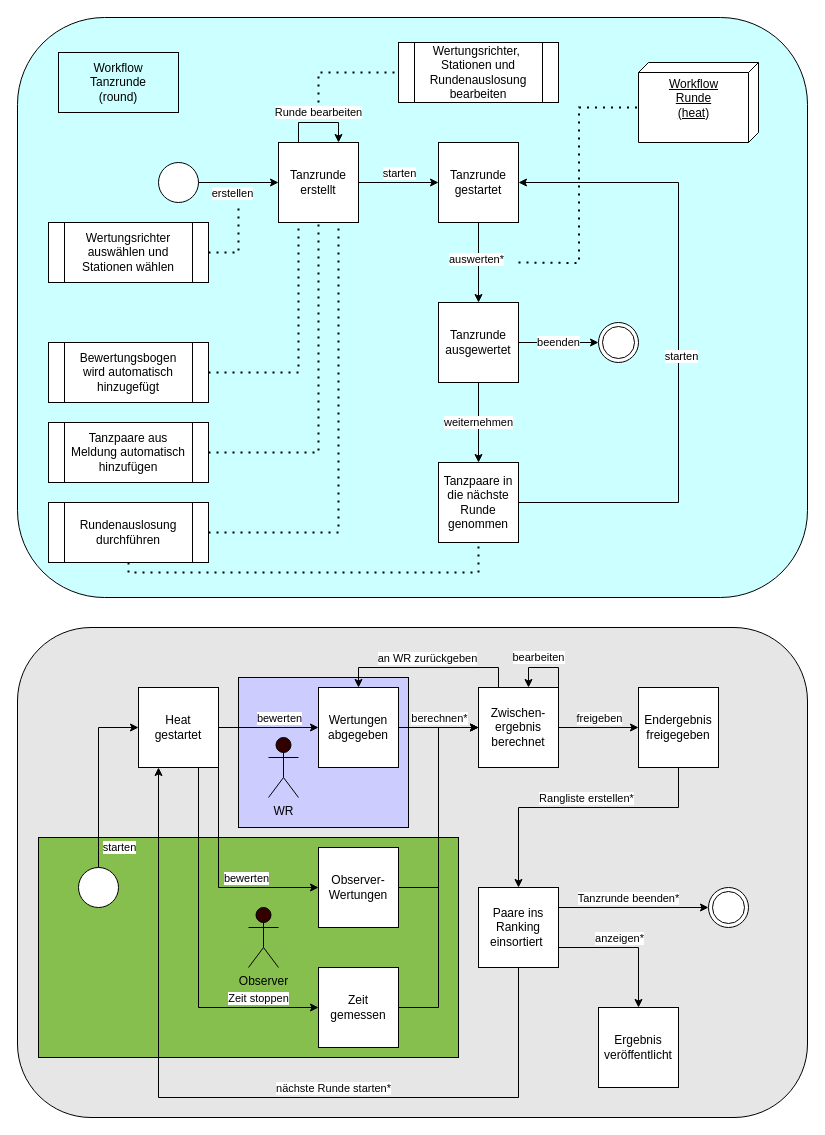
Before: documentation/Workflows.drawio in drbv/tap, a draw.io diagram. Source tidied: cells renumbered, new cells numbered last; positions are measured from the earlier drawing's top-left corner, leaving out a move shared by most shapes. Both pictures are drawn from the tidied source at 100%, with x=0, y=0 at pixel (17, 17).
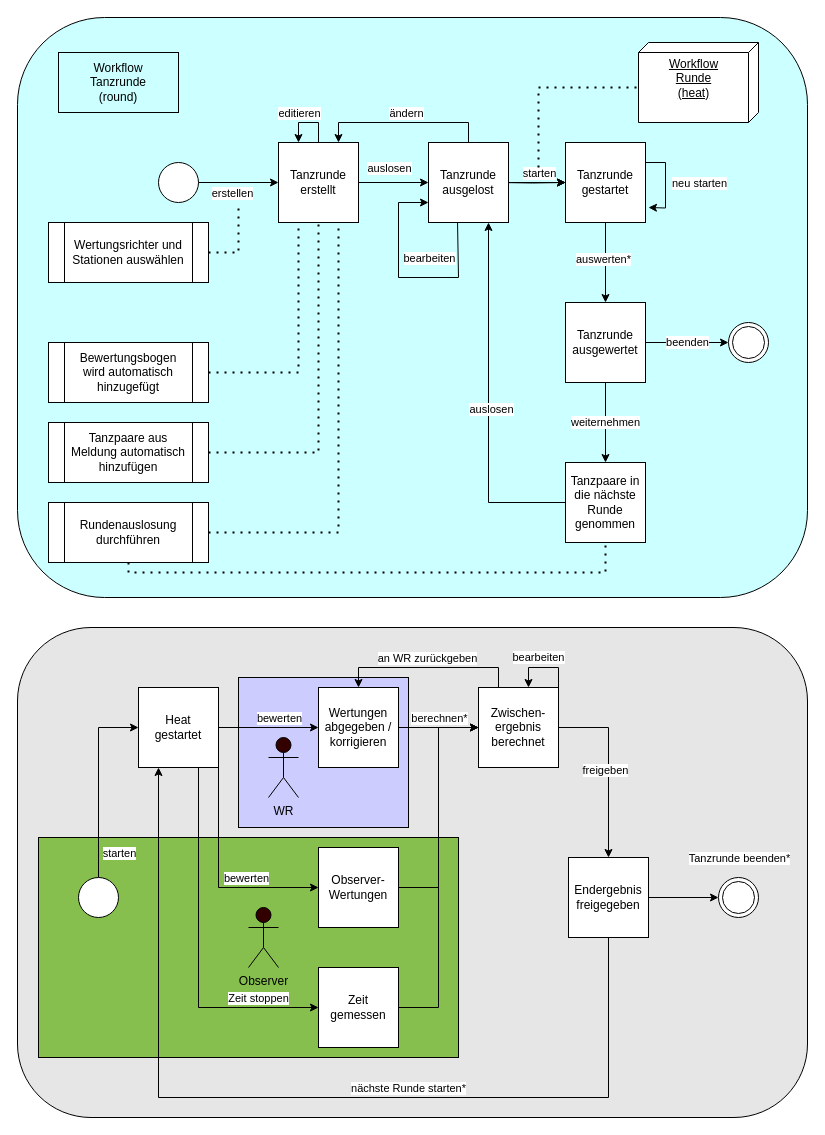
After the change.

The change refers to these unchanged cells:
```xml
<mxCell id="11" value="Tanzrunde&lt;br&gt;erstellt" style="whiteSpace=wrap;html=1;" parent="1" vertex="1">
  <mxGeometry x="261" y="125" width="80" height="80" as="geometry" />
</mxCell>
<mxCell id="46" value="Heat&lt;br&gt;gestartet" style="whiteSpace=wrap;html=1;" parent="1" vertex="1">
  <mxGeometry x="121" y="670" width="80" height="80" as="geometry" />
</mxCell>
<mxCell id="59" value="Zwischen-ergebnis berechnet" style="whiteSpace=wrap;html=1;" parent="1" vertex="1">
  <mxGeometry x="461" y="670" width="80" height="80" as="geometry" />
</mxCell>
```

Change to the diagram source:
```diff
@@
     <mxCell id="6" style="ellipse;shape=doubleEllipse;whiteSpace=wrap;html=1;" parent="1" vertex="1">
-      <mxGeometry x="581" y="305" width="40" height="40" as="geometry" />
+      <mxGeometry x="711" y="305" width="40" height="40" as="geometry" />
     </mxCell>
@@
-    <mxCell id="10" value="Runde bearbeiten" style="edgeStyle=orthogonalEdgeStyle;rounded=0;orthogonalLoop=1;jettySize=auto;html=1;exitX=0.25;exitY=0;exitDx=0;exitDy=0;entryX=0.75;entryY=0;entryDx=0;entryDy=0;" parent="1" edge="1" source="11" target="11">
-      <mxGeometry y="10" relative="1" as="geometry">
-        <Array as="points">
-          <mxPoint x="281" y="105" />
-          <mxPoint x="321" y="105" />
-        </Array>
-      </mxGeometry>
-    </mxCell>
+    <mxCell id="74" style="edgeStyle=orthogonalEdgeStyle;rounded=0;jettySize=auto;html=1;" parent="1" edge="1" source="11" target="80">
+      <mxGeometry relative="1" as="geometry" />
+    </mxCell>
+    <mxCell id="75" value="auslosen" style="edgeLabel;html=1;align=center;verticalAlign=middle;" parent="74" vertex="1">
+      <mxGeometry x="0.17" y="1" relative="1" as="geometry">
+        <mxPoint x="-11" y="-14" as="offset" />
+      </mxGeometry>
+    </mxCell>
@@
-    <mxCell id="12" style="edgeStyle=orthogonalEdgeStyle;rounded=0;jettySize=auto;html=1;entryX=0;entryY=0.5;entryDx=0;entryDy=0;exitX=1;exitY=0.5;exitDx=0;exitDy=0;" parent="1" edge="1" source="11" target="16">
-      <mxGeometry relative="1" as="geometry" />
+    <mxCell id="12" style="edgeStyle=orthogonalEdgeStyle;rounded=0;jettySize=auto;html=1;entryX=0;entryY=0.5;entryDx=0;entryDy=0;" parent="1" edge="1" target="16">
+      <mxGeometry relative="1" as="geometry">
+        <mxPoint x="481" y="165" as="sourcePoint" />
+      </mxGeometry>
     </mxCell>
     <mxCell id="13" value="starten" style="edgeLabel;html=1;align=center;verticalAlign=middle;" parent="12" vertex="1">
       <mxGeometry x="-0.05" y="1" relative="1" as="geometry">
-        <mxPoint x="2" y="-9" as="offset" />
+        <mxPoint x="8" y="-9" as="offset" />
       </mxGeometry>
     </mxCell>
@@
     <mxCell id="16" value="Tanzrunde&lt;br&gt;gestartet" style="whiteSpace=wrap;html=1;" parent="1" vertex="1">
-      <mxGeometry x="421" y="125" width="80" height="80" as="geometry" />
+      <mxGeometry x="548" y="125" width="80" height="80" as="geometry" />
     </mxCell>
@@
-    <mxCell id="21" value="Wertungsrichter auswählen und Stationen wählen" style="shape=process;whiteSpace=wrap;html=1;backgroundOutline=1;" parent="1" vertex="1">
+    <mxCell id="21" value="Wertungsrichter und Stationen auswählen" style="shape=process;whiteSpace=wrap;html=1;backgroundOutline=1;" parent="1" vertex="1">
       <mxGeometry x="31" y="205" width="160" height="60" as="geometry" />
     </mxCell>
@@
-    <mxCell id="25" value="Wertungsrichter,&amp;nbsp; Stationen und Rundenauslosung bearbeiten" style="shape=process;whiteSpace=wrap;html=1;backgroundOutline=1;" parent="1" vertex="1">
-      <mxGeometry x="381" y="25" width="160" height="60" as="geometry" />
-    </mxCell>
-    <mxCell id="26" style="endArrow=none;dashed=1;html=1;dashPattern=1 3;strokeWidth=2;rounded=0;entryX=0;entryY=0.5;entryDx=0;entryDy=0;edgeStyle=orthogonalEdgeStyle;" parent="1" edge="1" target="25">
-      <mxGeometry relative="1" as="geometry">
-        <mxPoint x="301" y="85" as="sourcePoint" />
-        <Array as="points">
-          <mxPoint x="301" y="55" />
-        </Array>
-      </mxGeometry>
-    </mxCell>
     <mxCell id="27" value="Workflow&lt;br&gt;Runde&lt;br&gt;(heat)" style="verticalAlign=top;align=center;spacingTop=8;spacingLeft=2;spacingRight=12;shape=cube;size=10;direction=south;fontStyle=4;html=1;" parent="1" vertex="1">
-      <mxGeometry x="621" y="45" width="120" height="80" as="geometry" />
+      <mxGeometry x="621" y="25" width="120" height="80" as="geometry" />
     </mxCell>
@@
     <mxCell id="30" value="Tanzrunde&lt;br&gt;ausgewertet" style="whiteSpace=wrap;html=1;" parent="1" vertex="1">
-      <mxGeometry x="421" y="285" width="80" height="80" as="geometry" />
+      <mxGeometry x="548" y="285" width="80" height="80" as="geometry" />
     </mxCell>
     <mxCell id="31" style="endArrow=none;dashed=1;html=1;dashPattern=1 3;strokeWidth=2;rounded=0;edgeStyle=orthogonalEdgeStyle;entryX=0;entryY=0;entryDx=45;entryDy=120;entryPerimeter=0;" parent="1" edge="1" target="27">
       <mxGeometry relative="1" as="geometry">
-        <mxPoint x="501" y="245" as="sourcePoint" />
+        <mxPoint x="521" y="150" as="sourcePoint" />
+        <Array as="points">
+          <mxPoint x="521" y="70" />
+        </Array>
       </mxGeometry>
     </mxCell>
-    <mxCell id="32" style="edgeStyle=orthogonalEdgeStyle;rounded=0;jettySize=auto;html=1;entryX=1;entryY=0.5;entryDx=0;entryDy=0;" parent="1" edge="1" source="34" target="16">
+    <mxCell id="32" style="edgeStyle=orthogonalEdgeStyle;rounded=0;jettySize=auto;html=1;entryX=0.75;entryY=1;entryDx=0;entryDy=0;" parent="1" edge="1" source="34" target="80">
       <mxGeometry relative="1" as="geometry">
         <Array as="points">
-          <mxPoint x="661" y="485" />
-          <mxPoint x="661" y="165" />
+          <mxPoint x="471" y="485" />
         </Array>
       </mxGeometry>
     </mxCell>
-    <mxCell id="33" value="starten" style="edgeLabel;html=1;align=center;verticalAlign=middle;" parent="32" vertex="1">
+    <mxCell id="33" value="auslosen" style="edgeLabel;html=1;align=center;verticalAlign=middle;" parent="32" vertex="1">
       <mxGeometry x="-0.04" y="-2" relative="1" as="geometry" />
     </mxCell>
     <mxCell id="34" value="Tanzpaare in die nächste Runde genommen" style="whiteSpace=wrap;html=1;" parent="1" vertex="1">
-      <mxGeometry x="421" y="445" width="80" height="80" as="geometry" />
+      <mxGeometry x="548" y="445" width="80" height="80" as="geometry" />
     </mxCell>
@@
     <mxCell id="38" style="ellipse;whiteSpace=wrap;html=1;" parent="1" vertex="1">
-      <mxGeometry x="61" y="850" width="40" height="40" as="geometry" />
+      <mxGeometry x="61" y="860" width="40" height="40" as="geometry" />
     </mxCell>
@@
-    <mxCell id="48" value="Wertungen abgegeben" style="whiteSpace=wrap;html=1;" parent="1" vertex="1">
+    <mxCell id="48" value="Wertungen abgegeben /&lt;br&gt;korrigieren" style="whiteSpace=wrap;html=1;" parent="1" vertex="1">
       <mxGeometry x="301" y="670" width="80" height="80" as="geometry" />
     </mxCell>
@@
-    <mxCell id="54" style="edgeStyle=orthogonalEdgeStyle;rounded=0;jettySize=auto;html=1;entryX=0;entryY=0.5;entryDx=0;entryDy=0;" parent="1" edge="1" source="59" target="69">
+    <mxCell id="54" style="edgeStyle=orthogonalEdgeStyle;rounded=0;jettySize=auto;html=1;entryX=0.5;entryY=0;entryDx=0;entryDy=0;" parent="1" edge="1" source="59" target="69">
       <mxGeometry relative="1" as="geometry" />
     </mxCell>
@@
-    <mxCell id="60" style="edgeStyle=orthogonalEdgeStyle;rounded=0;jettySize=auto;html=1;entryX=0;entryY=0.5;entryDx=0;entryDy=0;exitX=1;exitY=0.75;exitDx=0;exitDy=0;" parent="1" edge="1" source="66" target="70">
+    <mxCell id="60" style="edgeStyle=orthogonalEdgeStyle;rounded=0;jettySize=auto;html=1;entryX=0;entryY=0.5;entryDx=0;entryDy=0;exitX=1;exitY=0.5;exitDx=0;exitDy=0;" parent="1" edge="1" source="69" target="70">
       <mxGeometry relative="1" as="geometry">
         <Array as="points">
-          <mxPoint x="541" y="890" />
+          <mxPoint x="631" y="880" />
         </Array>
       </mxGeometry>
     </mxCell>
     <mxCell id="61" value="Tanzrunde beenden*" style="edgeLabel;html=1;align=center;verticalAlign=middle;" parent="60" vertex="1">
       <mxGeometry x="-0.08" y="-1" relative="1" as="geometry">
-        <mxPoint x="22" y="-11" as="offset" />
+        <mxPoint x="58" y="-41" as="offset" />
       </mxGeometry>
     </mxCell>
-    <mxCell id="62" style="edgeStyle=orthogonalEdgeStyle;rounded=0;jettySize=auto;html=1;entryX=0.25;entryY=1;entryDx=0;entryDy=0;exitX=0.5;exitY=1;exitDx=0;exitDy=0;" parent="1" edge="1" source="66" target="46">
+    <mxCell id="62" style="edgeStyle=orthogonalEdgeStyle;rounded=0;jettySize=auto;html=1;entryX=0.25;entryY=1;entryDx=0;entryDy=0;exitX=0.5;exitY=1;exitDx=0;exitDy=0;" parent="1" edge="1" source="69" target="46">
       <mxGeometry relative="1" as="geometry">
         <Array as="points">
-          <mxPoint x="501" y="1080" />
+          <mxPoint x="591" y="1080" />
           <mxPoint x="141" y="1080" />
         </Array>
       </mxGeometry>
     </mxCell>
@@
-    <mxCell id="64" style="edgeStyle=orthogonalEdgeStyle;rounded=0;jettySize=auto;html=1;exitX=1;exitY=0.75;exitDx=0;exitDy=0;" parent="1" edge="1" source="66" target="71">
-      <mxGeometry relative="1" as="geometry" />
-    </mxCell>
-    <mxCell id="65" value="anzeigen*" style="edgeLabel;html=1;align=center;verticalAlign=middle;" parent="64" vertex="1">
-      <mxGeometry x="-0.2" y="-1" relative="1" as="geometry">
-        <mxPoint x="4" y="-11" as="offset" />
-      </mxGeometry>
-    </mxCell>
-    <mxCell id="66" value="Paare ins Ranking einsortiert&amp;nbsp;" style="whiteSpace=wrap;html=1;" parent="1" vertex="1">
-      <mxGeometry x="461" y="870" width="80" height="80" as="geometry" />
-    </mxCell>
-    <mxCell id="67" style="edgeStyle=orthogonalEdgeStyle;rounded=0;jettySize=auto;html=1;entryX=0.5;entryY=0;entryDx=0;entryDy=0;" parent="1" edge="1" source="69" target="66">
-      <mxGeometry relative="1" as="geometry">
-        <Array as="points">
-          <mxPoint x="661" y="790" />
-          <mxPoint x="501" y="790" />
-        </Array>
-      </mxGeometry>
-    </mxCell>
-    <mxCell id="68" value="Rangliste erstellen*" style="edgeLabel;html=1;align=center;verticalAlign=middle;" parent="67" vertex="1">
-      <mxGeometry x="-0.05" y="1" relative="1" as="geometry">
-        <mxPoint y="-11" as="offset" />
-      </mxGeometry>
-    </mxCell>
     <mxCell id="69" value="Endergebnis&lt;br&gt;freigegeben" style="whiteSpace=wrap;html=1;" parent="1" vertex="1">
-      <mxGeometry x="621" y="670" width="80" height="80" as="geometry" />
+      <mxGeometry x="551" y="840" width="80" height="80" as="geometry" />
     </mxCell>
     <mxCell id="70" style="ellipse;shape=doubleEllipse;whiteSpace=wrap;html=1;" parent="1" vertex="1">
-      <mxGeometry x="691" y="870" width="40" height="40" as="geometry" />
+      <mxGeometry x="701" y="860" width="40" height="40" as="geometry" />
     </mxCell>
-    <mxCell id="71" value="Ergebnis veröffentlicht" style="whiteSpace=wrap;html=1;" parent="1" vertex="1">
-      <mxGeometry x="581" y="990" width="80" height="80" as="geometry" />
-    </mxCell>
@@
+    <mxCell id="76" style="edgeStyle=orthogonalEdgeStyle;rounded=0;jettySize=auto;html=1;exitX=1;exitY=0.5;exitDx=0;exitDy=0;" parent="1" edge="1" source="80" target="16">
+      <mxGeometry relative="1" as="geometry" />
+    </mxCell>
+    <mxCell id="77" style="edgeStyle=orthogonalEdgeStyle;rounded=0;jettySize=auto;html=1;" parent="1" edge="1" source="80" target="16">
+      <mxGeometry relative="1" as="geometry" />
+    </mxCell>
+    <mxCell id="78" style="edgeStyle=orthogonalEdgeStyle;rounded=0;jettySize=auto;html=1;entryX=0.75;entryY=0;entryDx=0;entryDy=0;exitX=0.5;exitY=0;exitDx=0;exitDy=0;" parent="1" edge="1" source="80" target="11">
+      <mxGeometry relative="1" as="geometry">
+        <Array as="points">
+          <mxPoint x="451" y="105" />
+          <mxPoint x="321" y="105" />
+        </Array>
+      </mxGeometry>
+    </mxCell>
+    <mxCell id="79" value="ändern" style="edgeLabel;html=1;align=center;verticalAlign=middle;" parent="78" vertex="1">
+      <mxGeometry x="-0.28" y="2" relative="1" as="geometry">
+        <mxPoint x="-22" y="-12" as="offset" />
+      </mxGeometry>
+    </mxCell>
+    <mxCell id="80" value="Tanzrunde&lt;br&gt;ausgelost" style="whiteSpace=wrap;html=1;" parent="1" vertex="1">
+      <mxGeometry x="411" y="125" width="80" height="80" as="geometry" />
+    </mxCell>
+    <mxCell id="81" style="edgeStyle=orthogonalEdgeStyle;rounded=0;orthogonalLoop=1;jettySize=auto;html=1;entryX=0;entryY=0.75;entryDx=0;entryDy=0;exitX=0.363;exitY=1;exitDx=0;exitDy=0;exitPerimeter=0;" parent="1" edge="1" source="80" target="80">
+      <mxGeometry relative="1" as="geometry">
+        <Array as="points">
+          <mxPoint x="441" y="260" />
+          <mxPoint x="381" y="260" />
+          <mxPoint x="381" y="185" />
+        </Array>
+      </mxGeometry>
+    </mxCell>
+    <mxCell id="82" value="bearbeiten" style="edgeLabel;html=1;align=center;verticalAlign=middle;" parent="81" vertex="1">
+      <mxGeometry x="0.04" y="-1" relative="1" as="geometry">
+        <mxPoint x="29" y="-19" as="offset" />
+      </mxGeometry>
+    </mxCell>
+    <mxCell id="10" style="edgeStyle=orthogonalEdgeStyle;rounded=0;orthogonalLoop=1;jettySize=auto;html=1;entryX=0.25;entryY=0;entryDx=0;entryDy=0;" parent="1" edge="1" source="11" target="11">
+      <mxGeometry relative="1" as="geometry">
+        <Array as="points">
+          <mxPoint x="301" y="105" />
+          <mxPoint x="281" y="105" />
+        </Array>
+      </mxGeometry>
+    </mxCell>
+    <mxCell id="83" value="editieren" style="edgeLabel;html=1;align=center;verticalAlign=middle;" parent="10" vertex="1">
+      <mxGeometry x="0.17" relative="1" as="geometry">
+        <mxPoint x="-5" y="-10" as="offset" />
+      </mxGeometry>
+    </mxCell>
+    <mxCell id="84" style="edgeStyle=orthogonalEdgeStyle;rounded=0;jettySize=auto;html=1;elbow=horizontal;exitX=1;exitY=0.25;exitDx=0;exitDy=0;" parent="1" edge="1" source="16">
+      <mxGeometry relative="1" as="geometry">
+        <mxPoint x="631" y="190" as="targetPoint" />
+      </mxGeometry>
+    </mxCell>
+    <mxCell id="85" value="neu starten" style="edgeLabel;html=1;align=center;verticalAlign=middle;" parent="84" vertex="1">
+      <mxGeometry x="-0.15" relative="1" as="geometry">
+        <mxPoint x="33" y="5" as="offset" />
+      </mxGeometry>
+    </mxCell>
```
